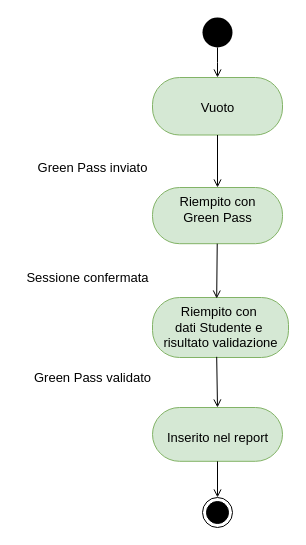
The draw.io diagram Documentazione/Resources/Statechart Diagram/Statechart Esito.drawio in Alberto-00/EasyPass, before the edit. Source tidied: cells renumbered, new cells numbered last; positions are measured from the earlier drawing's top-left corner, leaving out a move shared by most shapes. Both pictures are drawn from the tidied source at 100%, with x=0, y=0 at pixel (17, 17).
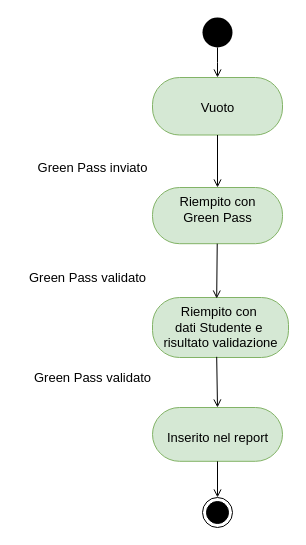
Above is the later version.

Diff of the diagram source:
```diff
@@
 <mxGraphModel>
   <root>
     <mxCell id="0" />
     <mxCell id="1" parent="0" />
     <mxCell id="2" style="ellipse;fillColor=#000000;strokeColor=none;rotation=90;direction=south;" parent="1" vertex="1">
       <mxGeometry x="185" width="30" height="30" as="geometry" />
     </mxCell>
     <mxCell id="3" value="&lt;font style=&quot;font-size: 13px&quot;&gt;&lt;br&gt;Vuoto&lt;/font&gt;" style="html=1;align=center;verticalAlign=top;rounded=1;absoluteArcSize=1;arcSize=54;dashed=0;fillColor=#d5e8d4;strokeColor=#82b366;" parent="1" vertex="1">
       <mxGeometry x="135" y="60" width="130" height="57.5" as="geometry" />
     </mxCell>
     <mxCell id="4" style="ellipse;html=1;shape=endState;fillColor=#000000;strokeColor=#000000;" parent="1" vertex="1">
       <mxGeometry x="185" y="480" width="30" height="30" as="geometry" />
     </mxCell>
     <mxCell id="5" value="&lt;font style=&quot;font-size: 13px&quot;&gt;Green Pass inviato&lt;/font&gt;" style="text;html=1;align=center;verticalAlign=middle;strokeColor=none;fillColor=none;" parent="1" vertex="1">
       <mxGeometry x="10" y="140" width="130" height="20" as="geometry" />
     </mxCell>
     <mxCell id="6" value="&lt;font style=&quot;font-size: 13px&quot;&gt;Green Pass validato&lt;/font&gt;" style="text;html=1;align=center;verticalAlign=middle;strokeColor=none;fillColor=none;" parent="1" vertex="1">
       <mxGeometry x="10" y="350" width="130" height="20" as="geometry" />
     </mxCell>
     <mxCell id="7" value="&lt;font style=&quot;font-size: 13px&quot;&gt;Riempito con&amp;nbsp;&lt;br&gt;dati Studente e&amp;nbsp;&lt;br&gt;risultato validazione&lt;/font&gt;" style="html=1;align=center;verticalAlign=top;rounded=1;absoluteArcSize=1;arcSize=54;dashed=0;fillColor=#d5e8d4;strokeColor=#82b366;" parent="1" vertex="1">
       <mxGeometry x="135" y="280" width="136" height="60" as="geometry" />
     </mxCell>
     <mxCell id="8" value="&lt;font style=&quot;font-size: 13px&quot;&gt;Riempito con&lt;br&gt;Green Pass&lt;/font&gt;" style="html=1;align=center;verticalAlign=top;rounded=1;absoluteArcSize=1;arcSize=54;dashed=0;fillColor=#d5e8d4;strokeColor=#82b366;" parent="1" vertex="1">
       <mxGeometry x="135" y="170" width="130" height="56.2" as="geometry" />
     </mxCell>
     <mxCell id="9" value="&lt;font style=&quot;font-size: 13px&quot;&gt;&lt;br&gt;Inserito nel report&lt;/font&gt;" style="html=1;align=center;verticalAlign=top;rounded=1;absoluteArcSize=1;arcSize=54;dashed=0;fillColor=#d5e8d4;strokeColor=#82b366;" parent="1" vertex="1">
       <mxGeometry x="135" y="390" width="130" height="53.8" as="geometry" />
     </mxCell>
-    <mxCell id="10" value="&lt;font style=&quot;font-size: 13px&quot;&gt;Sessione confermata&lt;/font&gt;" style="text;html=1;align=center;verticalAlign=middle;strokeColor=none;fillColor=none;" parent="1" vertex="1">
-      <mxGeometry y="250" width="140" height="20" as="geometry" />
-    </mxCell>
     <mxCell id="11" style="html=1;verticalAlign=bottom;labelBackgroundColor=none;endArrow=open;endFill=0;rounded=0;edgeStyle=orthogonalEdgeStyle;exitX=0.5;exitY=0;exitDx=0;exitDy=0;" parent="1" edge="1" source="2">
       <mxGeometry relative="1" as="geometry">
         <mxPoint x="200" y="60" as="targetPoint" />
       </mxGeometry>
     </mxCell>
     <mxCell id="12" style="html=1;verticalAlign=bottom;labelBackgroundColor=none;endArrow=open;endFill=0;rounded=0;edgeStyle=orthogonalEdgeStyle;exitX=0.5;exitY=1;exitDx=0;exitDy=0;entryX=0.5;entryY=0;entryDx=0;entryDy=0;" parent="1" edge="1" source="3" target="8">
       <mxGeometry relative="1" as="geometry" />
     </mxCell>
     <mxCell id="13" style="html=1;verticalAlign=bottom;labelBackgroundColor=none;endArrow=open;endFill=0;rounded=0;entryX=0.472;entryY=0.018;entryDx=0;entryDy=0;entryPerimeter=0;" parent="1" edge="1" source="8" target="7">
       <mxGeometry relative="1" as="geometry" />
     </mxCell>
     <mxCell id="14" style="html=1;verticalAlign=bottom;labelBackgroundColor=none;endArrow=open;endFill=0;rounded=0;exitX=0.472;exitY=0.989;exitDx=0;exitDy=0;entryX=0.5;entryY=0;entryDx=0;entryDy=0;exitPerimeter=0;" parent="1" edge="1" source="7" target="9">
       <mxGeometry relative="1" as="geometry" />
     </mxCell>
     <mxCell id="15" style="html=1;verticalAlign=bottom;labelBackgroundColor=none;endArrow=open;endFill=0;rounded=0;edgeStyle=orthogonalEdgeStyle;" parent="1" edge="1" source="9" target="4">
       <mxGeometry relative="1" as="geometry" />
     </mxCell>
+    <mxCell id="16" value="&lt;font style=&quot;font-size: 13px&quot;&gt;Green Pass validato&lt;/font&gt;" style="text;html=1;align=center;verticalAlign=middle;strokeColor=none;fillColor=none;" parent="1" vertex="1">
+      <mxGeometry x="5" y="250" width="130" height="20" as="geometry" />
+    </mxCell>
   </root>
 </mxGraphModel>
```
